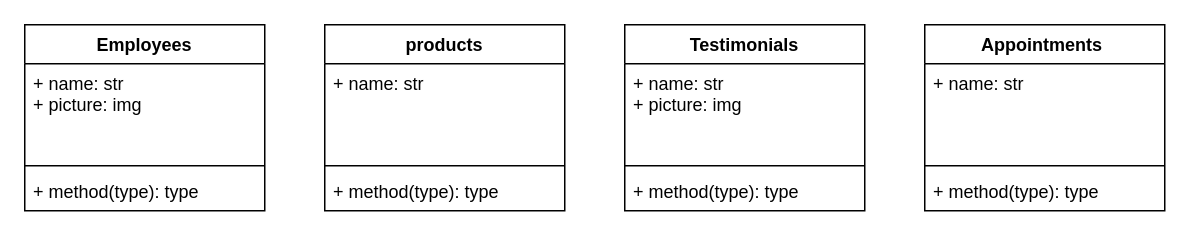
Earlier version of the draw.io diagram Untitled Diagram.drawio (HaloDude2/Company-Website). Source tidied: cells renumbered, new cells numbered last; positions are measured from the earlier drawing's top-left corner, leaving out a move shared by most shapes. Both pictures are drawn from the tidied source at 150%, with x=0, y=0 at pixel (24, 24).
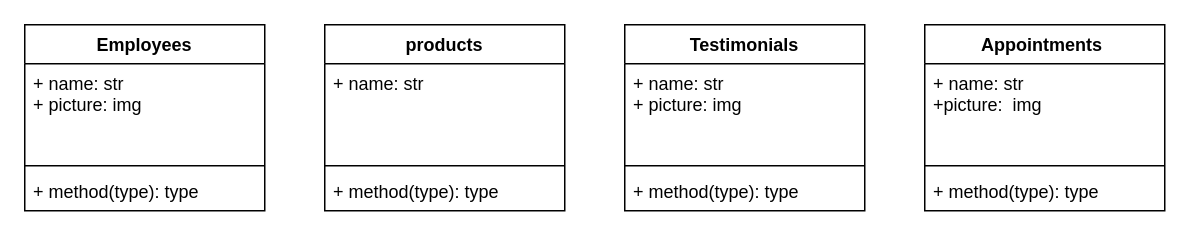
After the change.

Change to the diagram source:
```diff
@@
 <mxGraphModel>
   <root>
     <mxCell id="0" />
     <mxCell id="1" parent="0" />
     <mxCell id="2" value="products" style="swimlane;fontStyle=1;align=center;verticalAlign=top;horizontal=1;startSize=26;" parent="1" vertex="1">
       <mxGeometry x="200" width="160" height="124" as="geometry" />
     </mxCell>
     <mxCell id="3" value="+ name: str&#10;" style="text;strokeColor=none;fillColor=none;align=left;verticalAlign=top;spacingLeft=4;spacingRight=4;overflow=hidden;" parent="2" vertex="1">
       <mxGeometry y="26" width="160" height="64" as="geometry" />
     </mxCell>
     <mxCell id="4" style="line;strokeWidth=1;fillColor=none;align=left;verticalAlign=middle;spacingTop=-1;spacingLeft=3;spacingRight=3;labelPosition=right;" parent="2" vertex="1">
       <mxGeometry y="90" width="160" height="8" as="geometry" />
     </mxCell>
     <mxCell id="5" value="+ method(type): type" style="text;strokeColor=none;fillColor=none;align=left;verticalAlign=top;spacingLeft=4;spacingRight=4;overflow=hidden;" parent="2" vertex="1">
       <mxGeometry y="98" width="160" height="26" as="geometry" />
     </mxCell>
     <mxCell id="6" value="Employees" style="swimlane;fontStyle=1;align=center;verticalAlign=top;horizontal=1;startSize=26;" parent="1" vertex="1">
       <mxGeometry width="160" height="124" as="geometry" />
     </mxCell>
     <mxCell id="7" value="+ name: str&#10;+ picture: img" style="text;strokeColor=none;fillColor=none;align=left;verticalAlign=top;spacingLeft=4;spacingRight=4;overflow=hidden;" parent="6" vertex="1">
       <mxGeometry y="26" width="160" height="64" as="geometry" />
     </mxCell>
     <mxCell id="8" style="line;strokeWidth=1;fillColor=none;align=left;verticalAlign=middle;spacingTop=-1;spacingLeft=3;spacingRight=3;labelPosition=right;" parent="6" vertex="1">
       <mxGeometry y="90" width="160" height="8" as="geometry" />
     </mxCell>
     <mxCell id="9" value="+ method(type): type" style="text;strokeColor=none;fillColor=none;align=left;verticalAlign=top;spacingLeft=4;spacingRight=4;overflow=hidden;" parent="6" vertex="1">
       <mxGeometry y="98" width="160" height="26" as="geometry" />
     </mxCell>
     <mxCell id="10" value="Testimonials" style="swimlane;fontStyle=1;align=center;verticalAlign=top;horizontal=1;startSize=26;" parent="1" vertex="1">
       <mxGeometry x="400" width="160" height="124" as="geometry" />
     </mxCell>
     <mxCell id="11" value="+ name: str&#10;+ picture: img" style="text;strokeColor=none;fillColor=none;align=left;verticalAlign=top;spacingLeft=4;spacingRight=4;overflow=hidden;" parent="10" vertex="1">
       <mxGeometry y="26" width="160" height="64" as="geometry" />
     </mxCell>
     <mxCell id="12" style="line;strokeWidth=1;fillColor=none;align=left;verticalAlign=middle;spacingTop=-1;spacingLeft=3;spacingRight=3;labelPosition=right;" parent="10" vertex="1">
       <mxGeometry y="90" width="160" height="8" as="geometry" />
     </mxCell>
     <mxCell id="13" value="+ method(type): type" style="text;strokeColor=none;fillColor=none;align=left;verticalAlign=top;spacingLeft=4;spacingRight=4;overflow=hidden;" parent="10" vertex="1">
       <mxGeometry y="98" width="160" height="26" as="geometry" />
     </mxCell>
     <mxCell id="14" value="Appointments " style="swimlane;fontStyle=1;align=center;verticalAlign=top;horizontal=1;startSize=26;" parent="1" vertex="1">
       <mxGeometry x="600" width="160" height="124" as="geometry" />
     </mxCell>
-    <mxCell id="15" value="+ name: str" style="text;strokeColor=none;fillColor=none;align=left;verticalAlign=top;spacingLeft=4;spacingRight=4;overflow=hidden;" parent="14" vertex="1">
+    <mxCell id="15" value="+ name: str&#10;+picture:  img" style="text;strokeColor=none;fillColor=none;align=left;verticalAlign=top;spacingLeft=4;spacingRight=4;overflow=hidden;" parent="14" vertex="1">
       <mxGeometry y="26" width="160" height="64" as="geometry" />
     </mxCell>
     <mxCell id="16" style="line;strokeWidth=1;fillColor=none;align=left;verticalAlign=middle;spacingTop=-1;spacingLeft=3;spacingRight=3;labelPosition=right;" parent="14" vertex="1">
       <mxGeometry y="90" width="160" height="8" as="geometry" />
     </mxCell>
     <mxCell id="17" value="+ method(type): type" style="text;strokeColor=none;fillColor=none;align=left;verticalAlign=top;spacingLeft=4;spacingRight=4;overflow=hidden;" parent="14" vertex="1">
       <mxGeometry y="98" width="160" height="26" as="geometry" />
     </mxCell>
   </root>
 </mxGraphModel>
```
